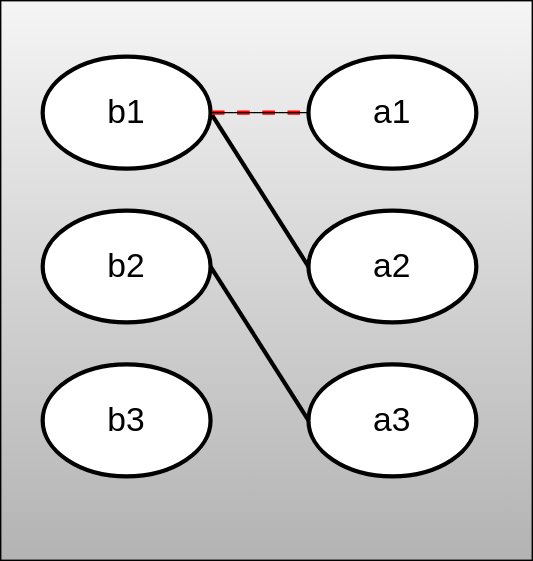
Before: doc/one-to-one.svg, a diagram exported from draw.io (devel0/skeleton-netcore-ef-code-first). Source tidied: cells renumbered, new cells last; positions are measured from the earlier drawing's top-left corner, leaving out a move shared by most shapes.
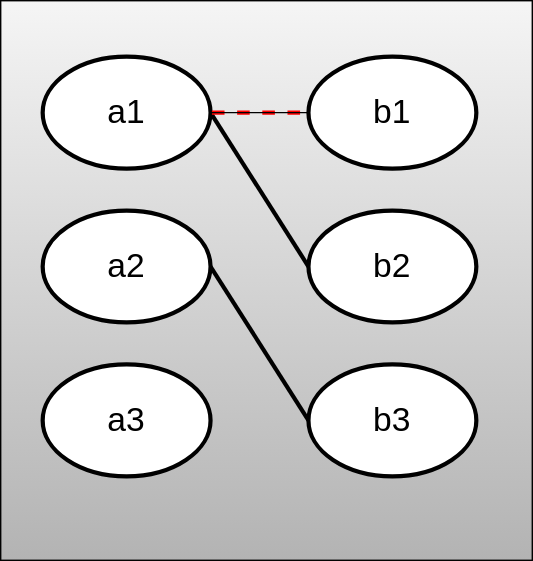
Later version of the same file.

Change to the diagram source:
```diff
@@ -8,22 +8,22 @@
     <mxCell id="3" style="edgeStyle=none;html=1;exitX=0;exitY=0.5;exitDx=0;exitDy=0;entryX=1;entryY=0.5;entryDx=0;entryDy=0;strokeColor=#000000;fontSize=24;strokeWidth=3;endArrow=none;endFill=0;" parent="1" edge="1" source="4" target="7">
       <mxGeometry relative="1" as="geometry" />
     </mxCell>
-    <mxCell id="4" value="a2" style="ellipse;whiteSpace=wrap;html=1;strokeColor=#000000;fontSize=24;strokeWidth=3;" parent="1" vertex="1">
+    <mxCell id="4" value="b2" style="ellipse;whiteSpace=wrap;html=1;strokeColor=#000000;fontSize=24;strokeWidth=3;" parent="1" vertex="1">
       <mxGeometry x="220" y="150" width="120" height="80" as="geometry" />
     </mxCell>
     <mxCell id="5" style="edgeStyle=none;html=1;exitX=0;exitY=0.5;exitDx=0;exitDy=0;entryX=1;entryY=0.5;entryDx=0;entryDy=0;strokeColor=#000000;fontSize=24;strokeWidth=3;endArrow=none;endFill=0;" parent="1" edge="1" source="6" target="8">
       <mxGeometry relative="1" as="geometry" />
     </mxCell>
-    <mxCell id="6" value="a3" style="ellipse;whiteSpace=wrap;html=1;strokeColor=#000000;fontSize=24;strokeWidth=3;" parent="1" vertex="1">
+    <mxCell id="6" value="b3" style="ellipse;whiteSpace=wrap;html=1;strokeColor=#000000;fontSize=24;strokeWidth=3;" parent="1" vertex="1">
       <mxGeometry x="220" y="260" width="120" height="80" as="geometry" />
     </mxCell>
-    <mxCell id="7" value="b1" style="ellipse;whiteSpace=wrap;html=1;strokeColor=#000000;fontSize=24;strokeWidth=3;" parent="1" vertex="1">
+    <mxCell id="7" value="a1" style="ellipse;whiteSpace=wrap;html=1;strokeColor=#000000;fontSize=24;strokeWidth=3;" parent="1" vertex="1">
       <mxGeometry x="30" y="40" width="120" height="80" as="geometry" />
     </mxCell>
-    <mxCell id="8" value="b2" style="ellipse;whiteSpace=wrap;html=1;strokeColor=#000000;fontSize=24;strokeWidth=3;" parent="1" vertex="1">
+    <mxCell id="8" value="a2" style="ellipse;whiteSpace=wrap;html=1;strokeColor=#000000;fontSize=24;strokeWidth=3;" parent="1" vertex="1">
       <mxGeometry x="30" y="150" width="120" height="80" as="geometry" />
     </mxCell>
-    <mxCell id="9" value="b3" style="ellipse;whiteSpace=wrap;html=1;strokeColor=#000000;fontSize=24;strokeWidth=3;" parent="1" vertex="1">
+    <mxCell id="9" value="a3" style="ellipse;whiteSpace=wrap;html=1;strokeColor=#000000;fontSize=24;strokeWidth=3;" parent="1" vertex="1">
       <mxGeometry x="30" y="260" width="120" height="80" as="geometry" />
     </mxCell>
     <mxCell id="10" style="edgeStyle=none;html=1;exitX=1;exitY=0.5;exitDx=0;exitDy=0;dashed=1;strokeColor=#FF0000;fontSize=24;strokeWidth=3;endArrow=none;endFill=0;" parent="1" edge="1" source="12">
@@ -34,7 +34,7 @@
     <mxCell id="11" style="edgeStyle=none;html=1;endArrow=none;endFill=0;" parent="1" edge="1" source="12" target="7">
       <mxGeometry relative="1" as="geometry" />
     </mxCell>
-    <mxCell id="12" value="a1" style="ellipse;whiteSpace=wrap;html=1;strokeColor=#000000;fontSize=24;strokeWidth=3;" parent="1" vertex="1">
+    <mxCell id="12" value="b1" style="ellipse;whiteSpace=wrap;html=1;strokeColor=#000000;fontSize=24;strokeWidth=3;" parent="1" vertex="1">
       <mxGeometry x="220" y="40" width="120" height="80" as="geometry" />
     </mxCell>
   </root>
```
